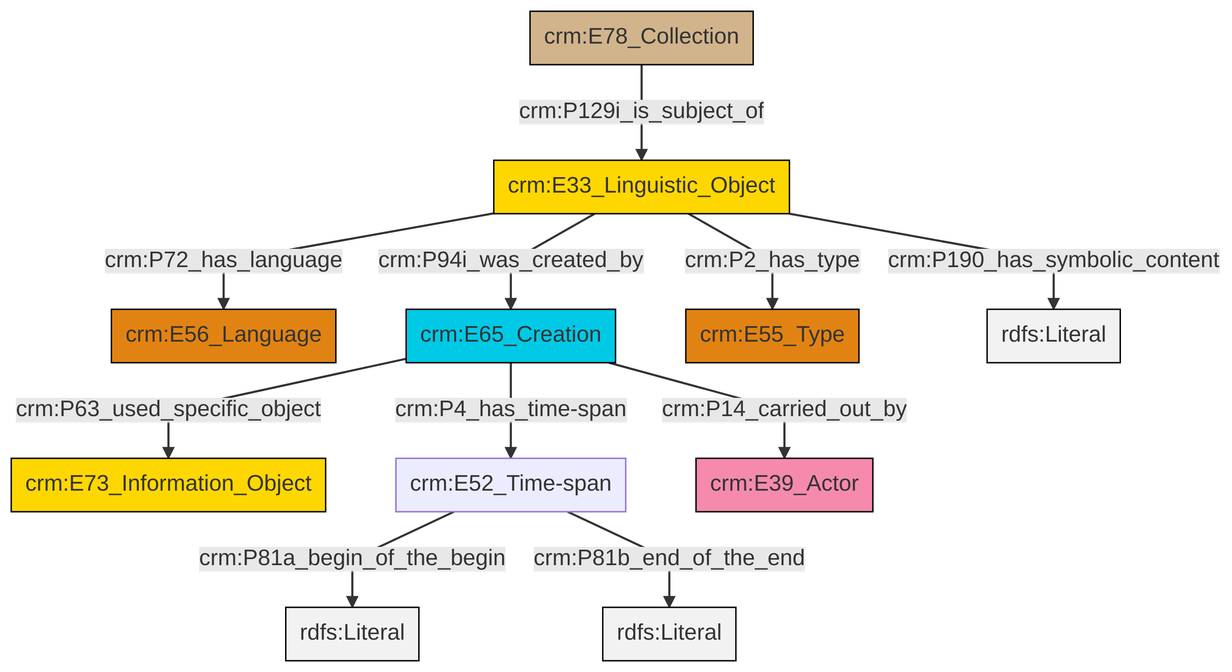
This is et/archivalCSV/ttl/mmd/png/archival_desc.png from swiss-art-research-net/docs.swissartresearch, a Mermaid export, as it was before one commit. Its source is kept beside it as et/archivalCSV/ttl/mmd/archival_desc.ttl.mmd.
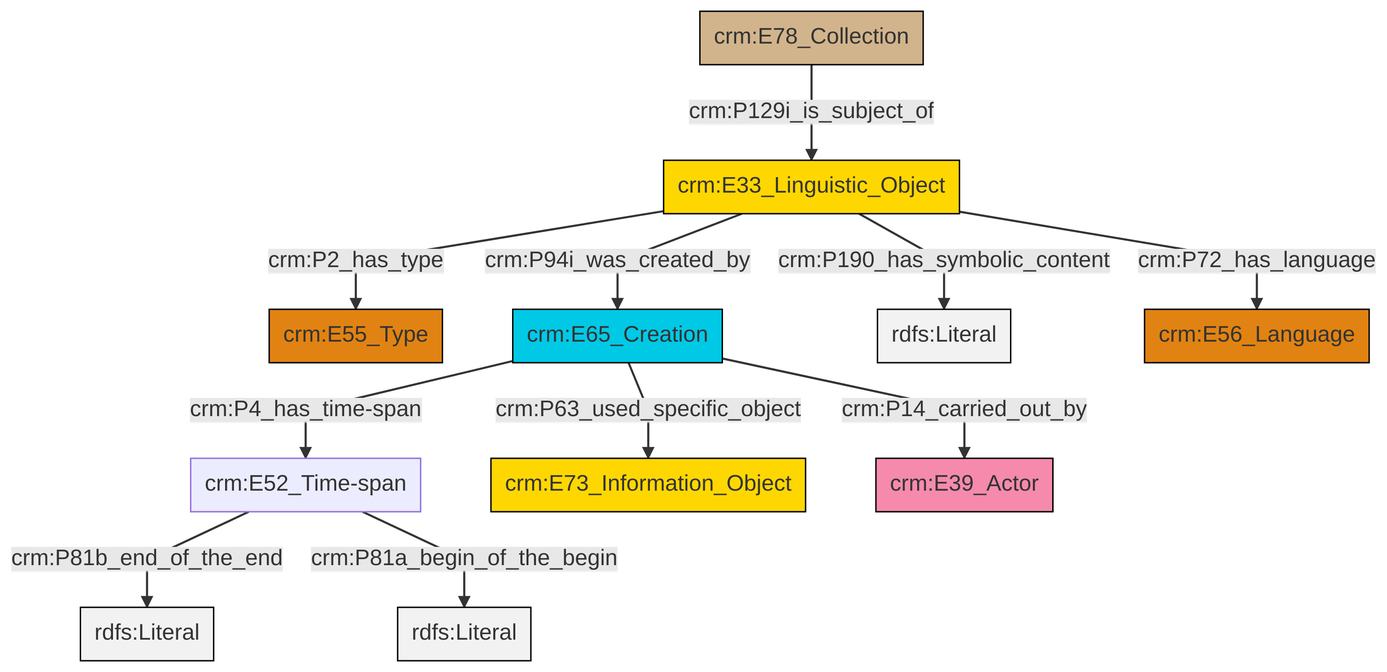
Later version of the same file.

Diff of the diagram source:
```diff
@@ -13,13 +13,13 @@
 classDef PC_Classes fill:#4ce600, stroke:#000000;
 classDef Multi fill:#cccccc,stroke:#000000;
 
-0["crm:E33_Linguistic_Object"]:::Conceptual_Object -->|crm:P72_has_language| 2["crm:E56_Language"]:::Type
-0["crm:E33_Linguistic_Object"]:::Conceptual_Object -->|crm:P2_has_type| 9["crm:E55_Type"]:::Type
-5["crm:E65_Creation"]:::Temporal_Entity -->|crm:P4_has_time-span| 7["crm:E52_Time-span"]:::Default
-5["crm:E65_Creation"]:::Temporal_Entity -->|crm:P63_used_specific_object| 3["crm:E73_Information_Object"]:::Conceptual_Object
-10["crm:E78_Collection"]:::Physical_Thing -->|crm:P129i_is_subject_of| 0["crm:E33_Linguistic_Object"]:::Conceptual_Object
-0["crm:E33_Linguistic_Object"]:::Conceptual_Object -->|crm:P190_has_symbolic_content| 15[rdfs:Literal]:::Literal
-7["crm:E52_Time-span"]:::Default -->|crm:P81a_begin_of_the_begin| 17[rdfs:Literal]:::Literal
-7["crm:E52_Time-span"]:::Default -->|crm:P81b_end_of_the_end| 18[rdfs:Literal]:::Literal
+0["crm:E33_Linguistic_Object"]:::Conceptual_Object -->|crm:P2_has_type| 1["crm:E55_Type"]:::Type
+5["crm:E65_Creation"]:::Temporal_Entity -->|crm:P63_used_specific_object| 6["crm:E73_Information_Object"]:::Conceptual_Object
+0["crm:E33_Linguistic_Object"]:::Conceptual_Object -->|crm:P190_has_symbolic_content| 7[rdfs:Literal]:::Literal
+5["crm:E65_Creation"]:::Temporal_Entity -->|crm:P4_has_time-span| 2["crm:E52_Time-span"]:::Default
+2["crm:E52_Time-span"]:::Default -->|crm:P81b_end_of_the_end| 10[rdfs:Literal]:::Literal
+0["crm:E33_Linguistic_Object"]:::Conceptual_Object -->|crm:P72_has_language| 11["crm:E56_Language"]:::Type
+8["crm:E78_Collection"]:::Physical_Thing -->|crm:P129i_is_subject_of| 0["crm:E33_Linguistic_Object"]:::Conceptual_Object
+5["crm:E65_Creation"]:::Temporal_Entity -->|crm:P14_carried_out_by| 15["crm:E39_Actor"]:::Actor
+2["crm:E52_Time-span"]:::Default -->|crm:P81a_begin_of_the_begin| 16[rdfs:Literal]:::Literal
 0["crm:E33_Linguistic_Object"]:::Conceptual_Object -->|crm:P94i_was_created_by| 5["crm:E65_Creation"]:::Temporal_Entity
-5["crm:E65_Creation"]:::Temporal_Entity -->|crm:P14_carried_out_by| 13["crm:E39_Actor"]:::Actor
```
